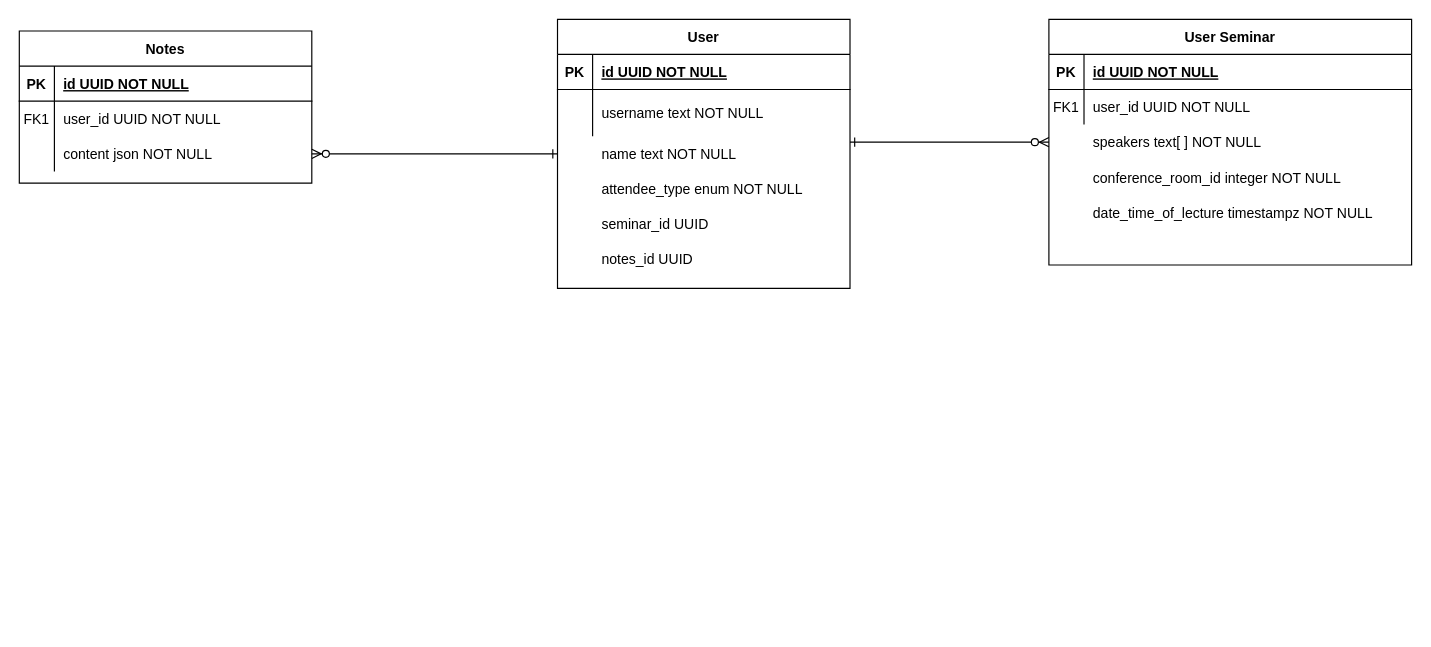
Earlier version of the draw.io diagram docs/diagrams/user_db_schema.drawio (AnaNika10/ConSpace). Source tidied: cells renumbered, new cells numbered last; positions are measured from the earlier drawing's top-left corner, leaving out a move shared by most shapes. Both pictures are drawn from the tidied source at 117%, with x=0, y=0 at pixel (19, 19).
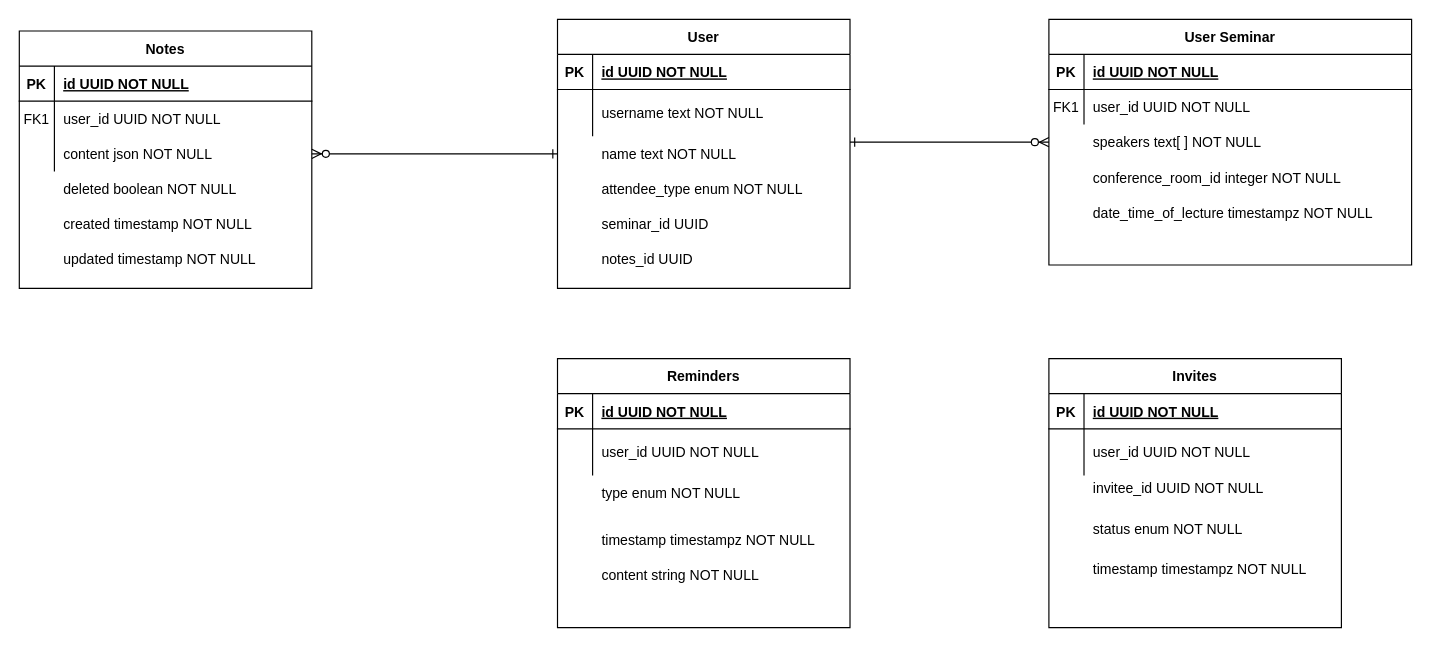
After the change.

Commit message:
[#11] Update user db schema diagram

What changed in the source:
```diff
@@
     <mxCell id="25" value="Notes" style="shape=table;startSize=30;childLayout=tableLayout;rowLines=0;fontStyle=1;align=center;" parent="1" vertex="1">
-      <mxGeometry y="10" width="250" height="130" as="geometry" />
+      <mxGeometry y="10" width="250" height="220" as="geometry" />
     </mxCell>
@@
+    <mxCell id="36" value="deleted boolean NOT NULL" style="shape=partialRectangle;overflow=hidden;fillColor=none;top=0;left=0;bottom=0;right=0;align=left;spacingLeft=6;" parent="1" vertex="1">
+      <mxGeometry x="30" y="130" width="220" height="30" as="geometry" />
+    </mxCell>
+    <mxCell id="37" value="Reminders" style="shape=table;startSize=30;childLayout=tableLayout;rowLines=0;fontStyle=1;align=center;" parent="1" vertex="1">
+      <mxGeometry x="460" y="290" width="250" height="230" as="geometry" />
+    </mxCell>
+    <mxCell id="38" style="shape=partialRectangle;fillColor=none;top=0;left=0;right=0;bottom=1;" parent="37" vertex="1">
+      <mxGeometry y="30" width="250" height="30" as="geometry" />
+    </mxCell>
+    <mxCell id="39" value="PK" style="shape=partialRectangle;overflow=hidden;fillColor=none;top=0;left=0;bottom=0;right=0;fontStyle=1;" parent="38" vertex="1">
+      <mxGeometry width="30" height="30" as="geometry" />
+    </mxCell>
+    <mxCell id="40" value="id UUID NOT NULL " style="shape=partialRectangle;overflow=hidden;fillColor=none;top=0;left=0;bottom=0;right=0;align=left;spacingLeft=6;fontStyle=5;" parent="38" vertex="1">
+      <mxGeometry x="30" width="220" height="30" as="geometry" />
+    </mxCell>
+    <mxCell id="41" style="shape=partialRectangle;fillColor=none;top=0;left=0;right=0;bottom=0;" parent="37" vertex="1">
+      <mxGeometry y="60" width="250" height="40" as="geometry" />
+    </mxCell>
+    <mxCell id="42" style="shape=partialRectangle;overflow=hidden;fillColor=none;top=0;left=0;bottom=0;right=0;" parent="41" vertex="1">
+      <mxGeometry width="30" height="40" as="geometry" />
+    </mxCell>
+    <mxCell id="43" value="user_id UUID NOT NULL" style="shape=partialRectangle;overflow=hidden;fillColor=none;top=0;left=0;bottom=0;right=0;align=left;spacingLeft=6;" parent="41" vertex="1">
+      <mxGeometry x="30" width="220" height="40" as="geometry" />
+    </mxCell>
+    <mxCell id="44" value="type enum NOT NULL" style="shape=partialRectangle;overflow=hidden;fillColor=none;top=0;left=0;bottom=0;right=0;align=left;spacingLeft=6;" parent="1" vertex="1">
+      <mxGeometry x="490" y="385" width="220" height="40" as="geometry" />
+    </mxCell>
+    <mxCell id="45" value="timestamp timestampz NOT NULL" style="shape=partialRectangle;overflow=hidden;fillColor=none;top=0;left=0;bottom=0;right=0;align=left;spacingLeft=6;" parent="1" vertex="1">
+      <mxGeometry x="490" y="425" width="220" height="40" as="geometry" />
+    </mxCell>
+    <mxCell id="46" value="content string NOT NULL" style="shape=partialRectangle;overflow=hidden;fillColor=none;top=0;left=0;bottom=0;right=0;align=left;spacingLeft=6;" parent="1" vertex="1">
+      <mxGeometry x="490" y="455" width="220" height="40" as="geometry" />
+    </mxCell>
+    <mxCell id="47" value="created timestamp NOT NULL" style="shape=partialRectangle;overflow=hidden;fillColor=none;top=0;left=0;bottom=0;right=0;align=left;spacingLeft=6;" parent="1" vertex="1">
+      <mxGeometry x="30" y="160" width="220" height="30" as="geometry" />
+    </mxCell>
+    <mxCell id="48" value="updated timestamp NOT NULL" style="shape=partialRectangle;overflow=hidden;fillColor=none;top=0;left=0;bottom=0;right=0;align=left;spacingLeft=6;" parent="1" vertex="1">
+      <mxGeometry x="30" y="190" width="220" height="30" as="geometry" />
+    </mxCell>
+    <mxCell id="49" value="Invites" style="shape=table;startSize=30;childLayout=tableLayout;rowLines=0;fontStyle=1;align=center;" parent="1" vertex="1">
+      <mxGeometry x="880" y="290" width="250" height="230" as="geometry" />
+    </mxCell>
+    <mxCell id="50" style="shape=partialRectangle;fillColor=none;top=0;left=0;right=0;bottom=1;" parent="49" vertex="1">
+      <mxGeometry y="30" width="250" height="30" as="geometry" />
+    </mxCell>
+    <mxCell id="51" value="PK" style="shape=partialRectangle;overflow=hidden;fillColor=none;top=0;left=0;bottom=0;right=0;fontStyle=1;" parent="50" vertex="1">
+      <mxGeometry width="30" height="30" as="geometry" />
+    </mxCell>
+    <mxCell id="52" value="id UUID NOT NULL " style="shape=partialRectangle;overflow=hidden;fillColor=none;top=0;left=0;bottom=0;right=0;align=left;spacingLeft=6;fontStyle=5;" parent="50" vertex="1">
+      <mxGeometry x="30" width="220" height="30" as="geometry" />
+    </mxCell>
+    <mxCell id="53" style="shape=partialRectangle;fillColor=none;top=0;left=0;right=0;bottom=0;" parent="49" vertex="1">
+      <mxGeometry y="60" width="250" height="40" as="geometry" />
+    </mxCell>
+    <mxCell id="54" style="shape=partialRectangle;overflow=hidden;fillColor=none;top=0;left=0;bottom=0;right=0;" parent="53" vertex="1">
+      <mxGeometry width="30" height="40" as="geometry" />
+    </mxCell>
+    <mxCell id="55" value="user_id UUID NOT NULL" style="shape=partialRectangle;overflow=hidden;fillColor=none;top=0;left=0;bottom=0;right=0;align=left;spacingLeft=6;" parent="53" vertex="1">
+      <mxGeometry x="30" width="220" height="40" as="geometry" />
+    </mxCell>
+    <mxCell id="56" style="shape=partialRectangle;fillColor=none;top=0;left=0;right=0;bottom=0;" parent="1" vertex="1">
+      <mxGeometry x="880" y="380" width="250" height="40" as="geometry" />
+    </mxCell>
+    <mxCell id="57" style="shape=partialRectangle;overflow=hidden;fillColor=none;top=0;left=0;bottom=0;right=0;" parent="56" vertex="1">
+      <mxGeometry width="30" height="40" as="geometry" />
+    </mxCell>
+    <mxCell id="58" value="invitee_id UUID NOT NULL" style="shape=partialRectangle;overflow=hidden;fillColor=none;top=0;left=0;bottom=0;right=0;align=left;spacingLeft=6;" parent="56" vertex="1">
+      <mxGeometry x="30" width="220" height="40" as="geometry" />
+    </mxCell>
+    <mxCell id="59" value="status enum NOT NULL" style="shape=partialRectangle;overflow=hidden;fillColor=none;top=0;left=0;bottom=0;right=0;align=left;spacingLeft=6;" parent="1" vertex="1">
+      <mxGeometry x="910" y="415" width="220" height="40" as="geometry" />
+    </mxCell>
+    <mxCell id="60" value="timestamp timestampz NOT NULL" style="shape=partialRectangle;overflow=hidden;fillColor=none;top=0;left=0;bottom=0;right=0;align=left;spacingLeft=6;" parent="1" vertex="1">
+      <mxGeometry x="910" y="450" width="220" height="40" as="geometry" />
+    </mxCell>
```
